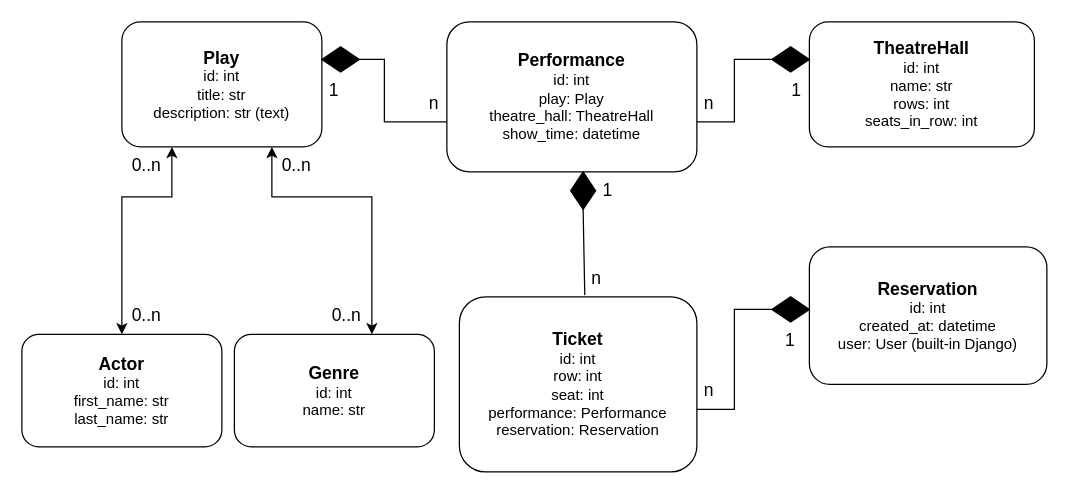
Luchnick112/py-theatre-api keeps this draw.io diagram as theatre.drawio. Above is the earlier version. Source tidied: cells renumbered, new cells numbered last; positions are measured from the earlier drawing's top-left corner, leaving out a move shared by most shapes. Both pictures are drawn from the tidied source at 125%, with x=0, y=0 at pixel (21, 21).
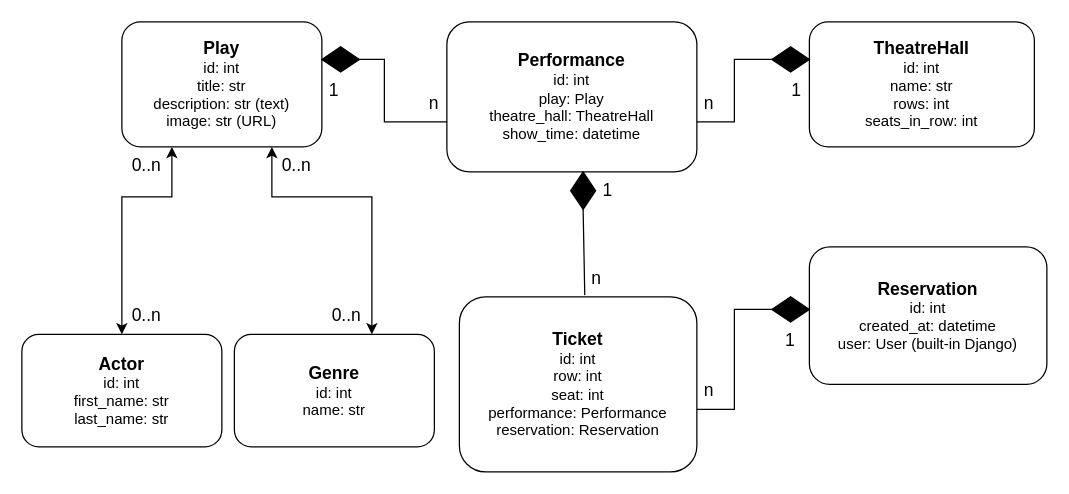
After the change.

What changed in the source:
```diff
@@
-    <mxCell id="2" value="&lt;b&gt;&lt;font style=&quot;font-size: 14px;&quot;&gt;Play&lt;/font&gt;&lt;/b&gt;&lt;br&gt;id: int&lt;br&gt;title: str&lt;br&gt;description: str (text)" style="rounded=1;whiteSpace=wrap;html=1;" parent="1" vertex="1">
+    <mxCell id="2" value="&lt;b&gt;&lt;font style=&quot;font-size: 14px;&quot;&gt;Play&lt;/font&gt;&lt;/b&gt;&lt;br&gt;id: int&lt;br&gt;title: str&lt;br&gt;description: str (text)&lt;br&gt;image: str (URL)" style="rounded=1;whiteSpace=wrap;html=1;" parent="1" vertex="1">
       <mxGeometry x="80" width="160" height="100" as="geometry" />
     </mxCell>
```
